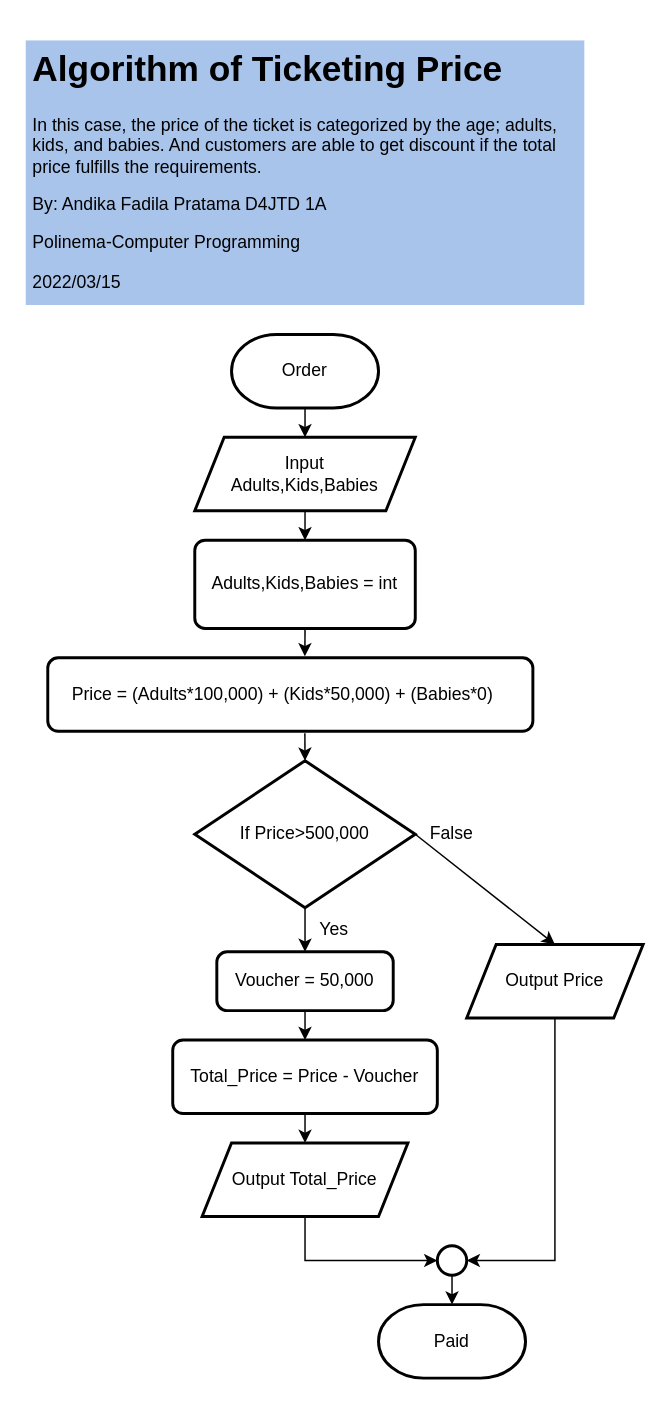
Before: Algorithm of Ticketing.drawio in troders34/troders34, a draw.io diagram. Source tidied: cells renumbered, new cells numbered last; positions are measured from the earlier drawing's top-left corner, leaving out a move shared by most shapes. Both pictures are drawn from the tidied source at 147%, with x=0, y=0 at pixel (25, 40).
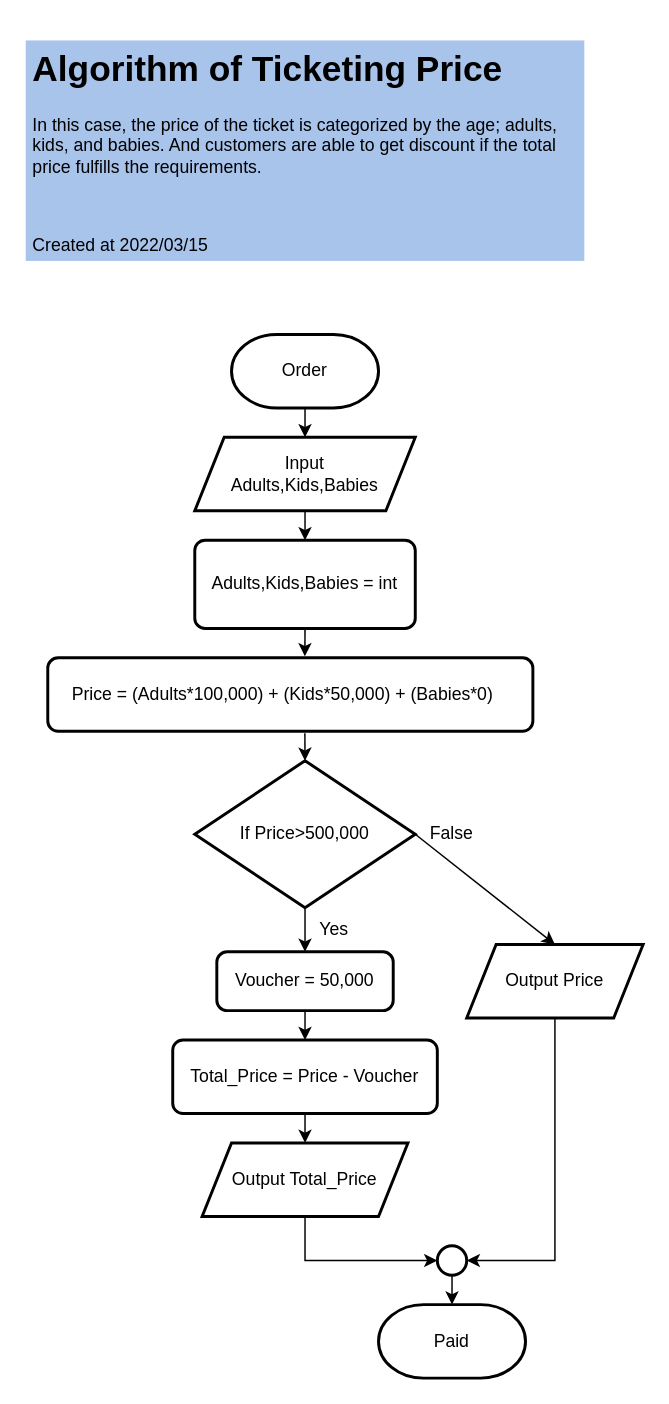
After the change.

Diff of the diagram source:
```diff
@@
-    <mxCell id="2" value="&lt;h1&gt;Algorithm of Ticketing Price&lt;br&gt;&lt;/h1&gt;&lt;p&gt;In this case, the price of the ticket is categorized by the age; adults, kids, and babies. And customers are able to get discount if the total price fulfills the requirements.&lt;/p&gt;&lt;p style=&quot;line-height: 1.1&quot; align=&quot;left&quot;&gt;By: Andika Fadila Pratama D4JTD 1A&lt;/p&gt;&lt;p&gt;Polinema-Computer Programming&lt;/p&gt;&lt;p&gt;2022/03/15&lt;br&gt;&lt;/p&gt;" style="text;html=1;strokeColor=none;fillColor=#A9C4EB;spacing=5;spacingTop=-20;whiteSpace=wrap;overflow=hidden;rounded=0;" parent="1" vertex="1">
-      <mxGeometry width="380" height="180" as="geometry" />
+    <mxCell id="2" value="&lt;h1&gt;Algorithm of Ticketing Price&lt;br&gt;&lt;/h1&gt;&lt;p&gt;In this case, the price of the ticket is categorized by the age; adults, kids, and babies. And customers are able to get discount if the total price fulfills the requirements.&lt;/p&gt;&lt;p&gt;&lt;br&gt;&lt;/p&gt;&lt;p&gt;Created at 2022/03/15&lt;br&gt;&lt;/p&gt;" style="text;html=1;strokeColor=none;fillColor=#A9C4EB;spacing=5;spacingTop=-20;whiteSpace=wrap;overflow=hidden;rounded=0;" parent="1" vertex="1">
+      <mxGeometry width="380" height="150" as="geometry" />
     </mxCell>
```
